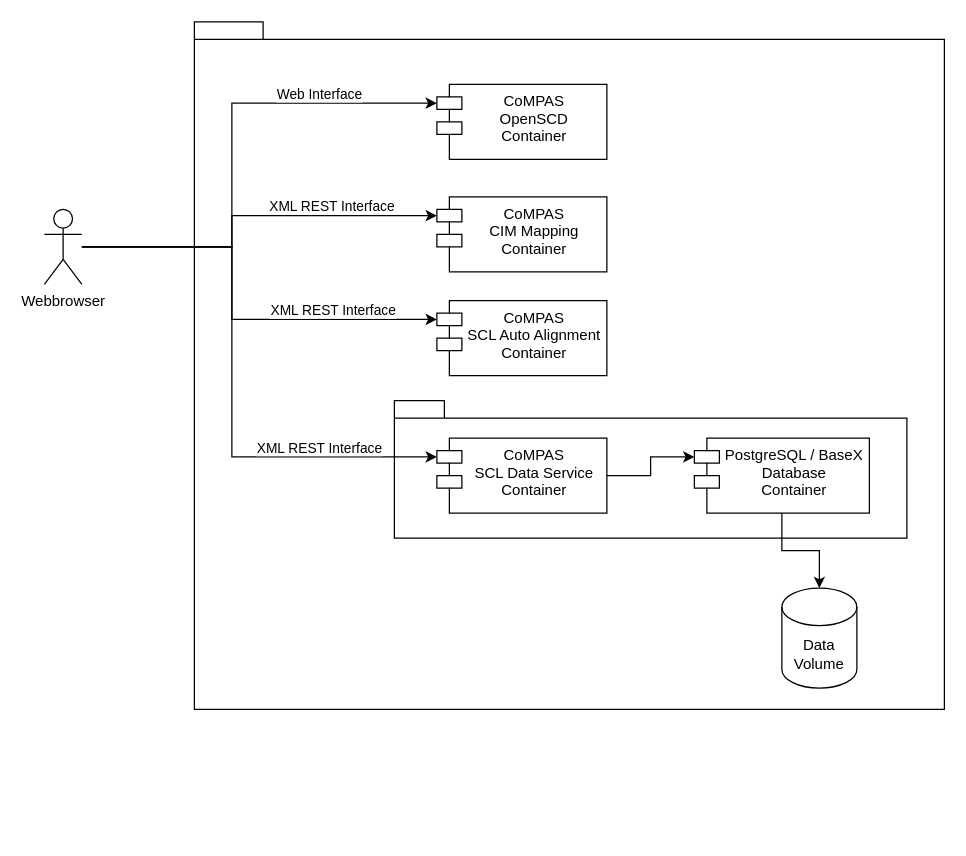
The draw.io diagram blob-files/CoMPAS-DeploymentView.drawio in com-pas/compas-architecture, before the edit. Source tidied: cells renumbered, new cells numbered last; positions are measured from the earlier drawing's top-left corner, leaving out a move shared by most shapes. Both pictures are drawn from the tidied source at 125%, with x=0, y=0 at pixel (44, 21).
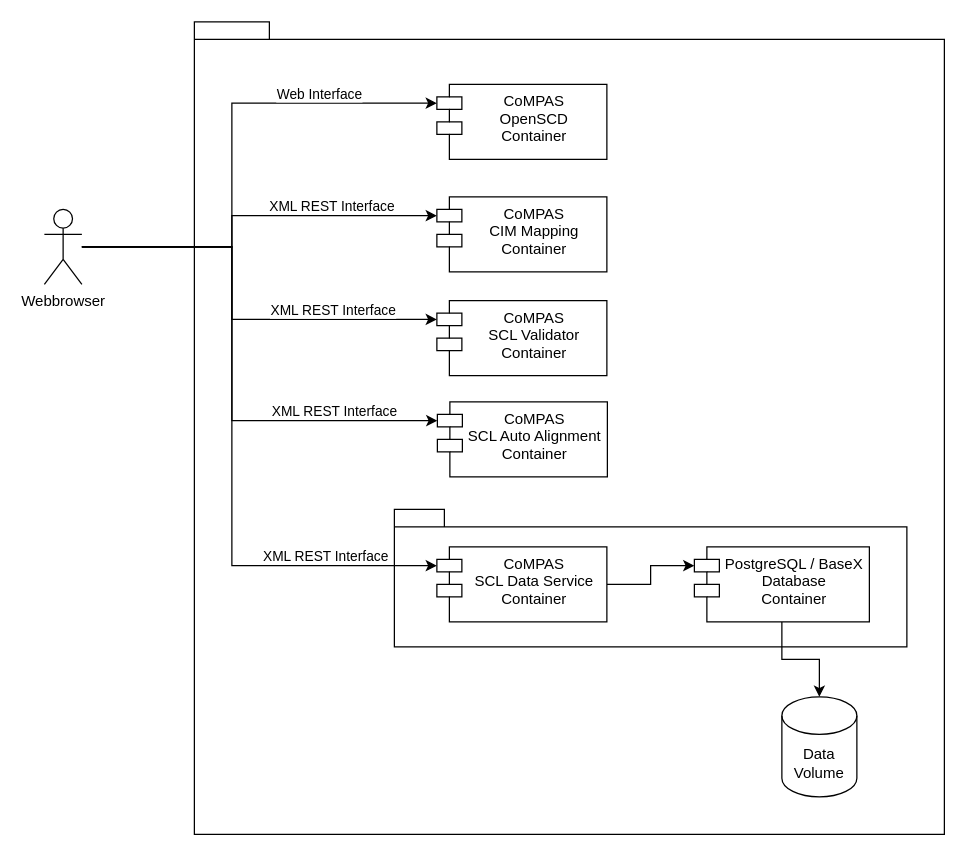
Above is the later version.

Commit message (it also covers changes not shown here):
Added SCL Validator to the deployment view.

Unchanged cells that the change refers to:
```xml
<mxCell id="10" value="Webbrowser" style="shape=umlActor;verticalLabelPosition=bottom;verticalAlign=top;html=1;" parent="1" vertex="1">
  <mxGeometry y="150" width="30" height="60" as="geometry" />
</mxCell>
```

Change to the diagram source:
```diff
@@
     <mxCell id="2" style="shape=folder;fontStyle=1;spacingTop=10;tabWidth=40;tabHeight=14;tabPosition=left;html=1;" parent="1" vertex="1">
-      <mxGeometry x="120" width="600" height="550" as="geometry" />
+      <mxGeometry x="120" width="600" height="650" as="geometry" />
     </mxCell>
     <mxCell id="3" style="shape=folder;fontStyle=1;spacingTop=10;tabWidth=40;tabHeight=14;tabPosition=left;html=1;" parent="1" vertex="1">
-      <mxGeometry x="280" y="303" width="410" height="110" as="geometry" />
+      <mxGeometry x="280" y="390" width="410" height="110" as="geometry" />
     </mxCell>
@@
     <mxCell id="8" style="edgeStyle=orthogonalEdgeStyle;rounded=0;jettySize=auto;html=1;entryX=0;entryY=0;entryDx=0;entryDy=15;entryPerimeter=0;" parent="1" edge="1" source="10" target="14">
       <mxGeometry relative="1" as="geometry">
         <Array as="points">
           <mxPoint x="150" y="180" />
-          <mxPoint x="150" y="348" />
+          <mxPoint x="150" y="435" />
         </Array>
       </mxGeometry>
     </mxCell>
     <mxCell id="9" value="XML REST Interface" style="edgeLabel;html=1;align=center;verticalAlign=middle;" parent="8" vertex="1">
       <mxGeometry x="0.53" y="4" relative="1" as="geometry">
-        <mxPoint x="11" y="-4" as="offset" />
+        <mxPoint x="37" y="-4" as="offset" />
       </mxGeometry>
     </mxCell>
@@
     <mxCell id="14" value="CoMPAS &#10;SCL Data Service&#10;Container" style="shape=module;align=left;spacingLeft=20;align=center;verticalAlign=top;" parent="1" vertex="1">
-      <mxGeometry x="314" y="333" width="136" height="60" as="geometry" />
+      <mxGeometry x="314" y="420" width="136" height="60" as="geometry" />
     </mxCell>
@@
     <mxCell id="16" value="PostgreSQL / BaseX&#10;Database&#10;Container" style="shape=module;align=left;spacingLeft=20;align=center;verticalAlign=top;" parent="1" vertex="1">
-      <mxGeometry x="520" y="333" width="140" height="60" as="geometry" />
+      <mxGeometry x="520" y="420" width="140" height="60" as="geometry" />
     </mxCell>
     <mxCell id="17" value="Data&lt;br&gt;Volume" style="shape=cylinder3;whiteSpace=wrap;html=1;boundedLbl=1;backgroundOutline=1;size=15;" parent="1" vertex="1">
-      <mxGeometry x="590" y="453" width="60" height="80" as="geometry" />
+      <mxGeometry x="590" y="540" width="60" height="80" as="geometry" />
     </mxCell>
-    <mxCell id="18" value="CoMPAS &#10;SCL Auto Alignment&#10;Container" style="shape=module;align=left;spacingLeft=20;align=center;verticalAlign=top;" parent="1" vertex="1">
+    <mxCell id="18" value="CoMPAS &#10;SCL Validator&#10;Container" style="shape=module;align=left;spacingLeft=20;align=center;verticalAlign=top;" parent="1" vertex="1">
       <mxGeometry x="314" y="223" width="136" height="60" as="geometry" />
     </mxCell>
@@
+    <mxCell id="21" value="CoMPAS &#10;SCL Auto Alignment&#10;Container" style="shape=module;align=left;spacingLeft=20;align=center;verticalAlign=top;" parent="1" vertex="1">
+      <mxGeometry x="314.4" y="304" width="136" height="60" as="geometry" />
+    </mxCell>
+    <mxCell id="22" value="XML REST Interface" style="edgeLabel;html=1;align=center;verticalAlign=middle;" parent="1" vertex="1">
+      <mxGeometry x="231" y="311" as="geometry" />
+    </mxCell>
+    <mxCell id="23" style="edgeStyle=orthogonalEdgeStyle;rounded=0;jettySize=auto;html=1;entryX=0;entryY=0;entryDx=0;entryDy=15;entryPerimeter=0;" parent="1" edge="1" target="21">
+      <mxGeometry relative="1" as="geometry">
+        <mxPoint x="30" y="180" as="sourcePoint" />
+        <Array as="points">
+          <mxPoint x="150" y="180" />
+          <mxPoint x="150" y="319" />
+        </Array>
+      </mxGeometry>
+    </mxCell>
```
